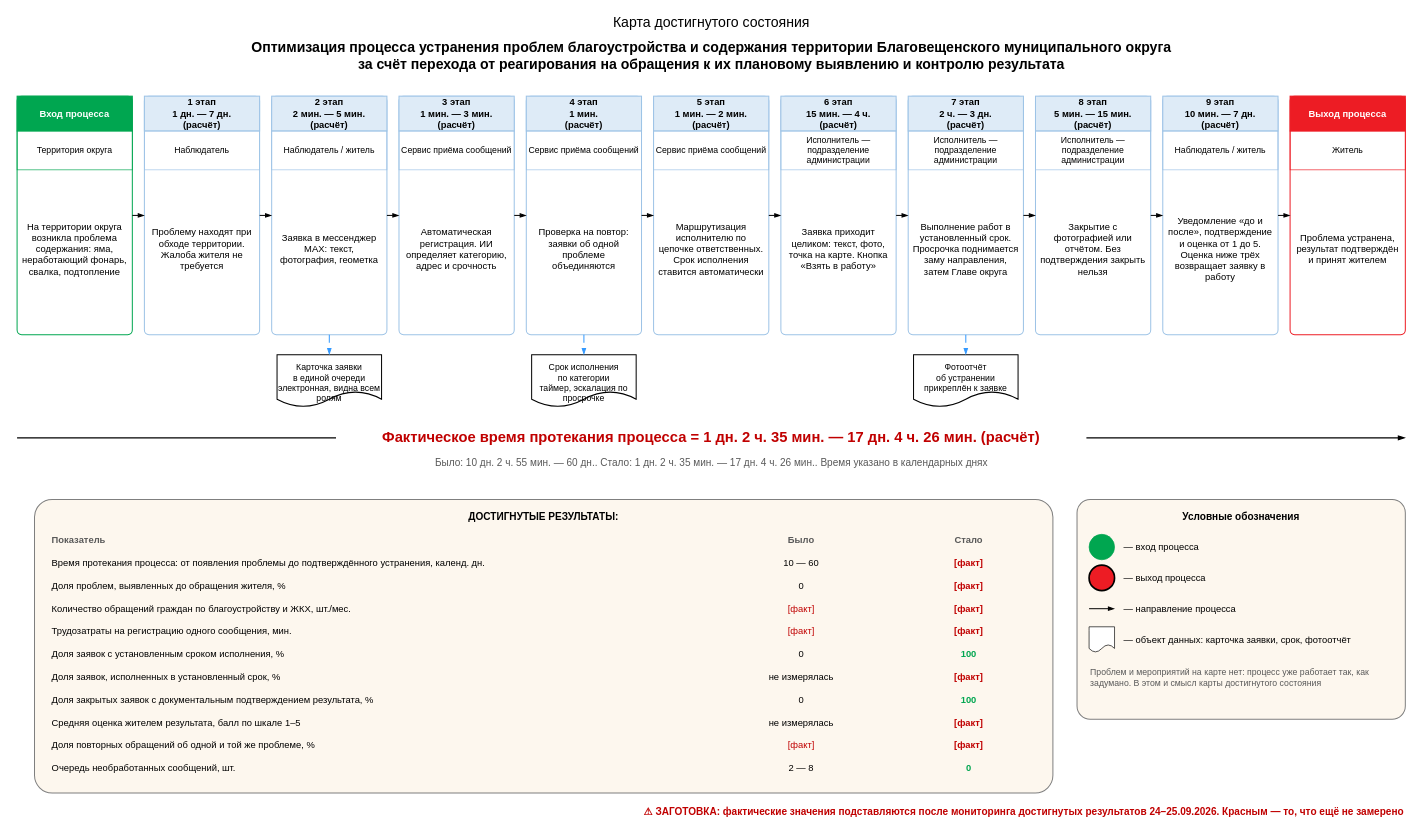
Above: файлы/karta-dostignutogo.drawio in NiceGenn/Team-28-progress (draw.io), before the change. Source tidied: cells renumbered, new cells numbered last; positions are measured from the earlier drawing's top-left corner, leaving out a move shared by most shapes. Both pictures are drawn from the tidied source at 67%, with x=0, y=0 at pixel (17, 11).
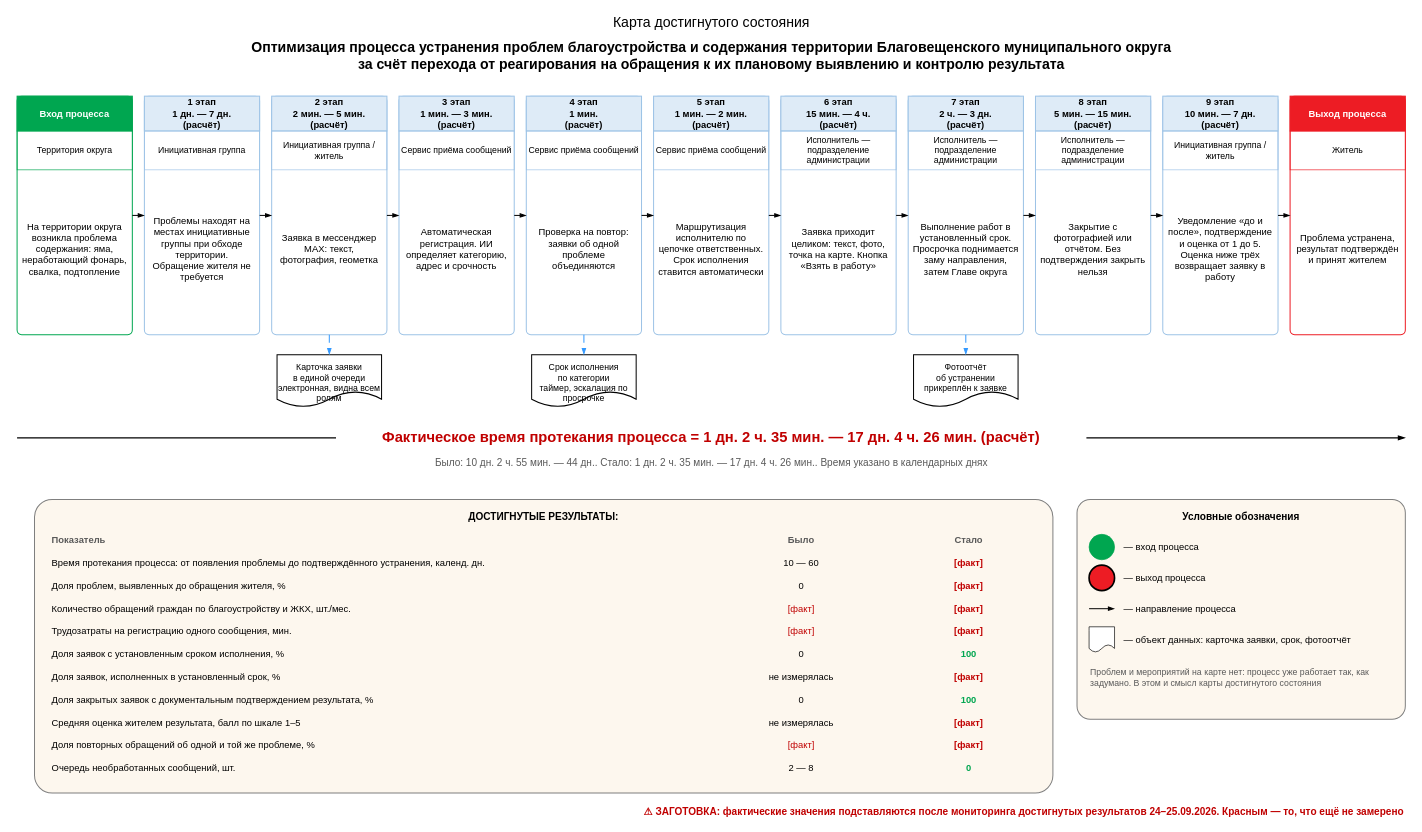
After the change.

What changed in the source:
```diff
@@
-    <mxCell id="8" value="Наблюдатель" style="rounded=0;whiteSpace=wrap;html=1;fillColor=none;strokeColor=#9DC3E6;strokeWidth=1;fontSize=13;verticalAlign=middle;spacing=3;" parent="1" vertex="1">
+    <mxCell id="8" value="Инициативная группа" style="rounded=0;whiteSpace=wrap;html=1;fillColor=none;strokeColor=#9DC3E6;strokeWidth=1;fontSize=13;verticalAlign=middle;spacing=3;" parent="1" vertex="1">
       <mxGeometry x="190" y="178" width="172" height="58" as="geometry" />
     </mxCell>
-    <mxCell id="9" value="Проблему находят при обходе территории. Жалоба жителя не требуется" style="text;html=1;whiteSpace=wrap;align=center;verticalAlign=middle;fontSize=14;" parent="1" vertex="1">
+    <mxCell id="9" value="Проблемы находят на местах инициативные группы при обходе территории. Обращение жителя не требуется" style="text;html=1;whiteSpace=wrap;align=center;verticalAlign=middle;fontSize=14;" parent="1" vertex="1">
       <mxGeometry x="196" y="236" width="160" height="236" as="geometry" />
     </mxCell>
@@
-    <mxCell id="12" value="Наблюдатель / житель" style="rounded=0;whiteSpace=wrap;html=1;fillColor=none;strokeColor=#9DC3E6;strokeWidth=1;fontSize=13;verticalAlign=middle;spacing=3;" parent="1" vertex="1">
+    <mxCell id="12" value="Инициативная группа / житель" style="rounded=0;whiteSpace=wrap;html=1;fillColor=none;strokeColor=#9DC3E6;strokeWidth=1;fontSize=13;verticalAlign=middle;spacing=3;" parent="1" vertex="1">
       <mxGeometry x="380" y="178" width="172" height="58" as="geometry" />
     </mxCell>
@@
-    <mxCell id="40" value="Наблюдатель / житель" style="rounded=0;whiteSpace=wrap;html=1;fillColor=none;strokeColor=#9DC3E6;strokeWidth=1;fontSize=13;verticalAlign=middle;spacing=3;" parent="1" vertex="1">
+    <mxCell id="40" value="Инициативная группа / житель" style="rounded=0;whiteSpace=wrap;html=1;fillColor=none;strokeColor=#9DC3E6;strokeWidth=1;fontSize=13;verticalAlign=middle;spacing=3;" parent="1" vertex="1">
       <mxGeometry x="1710" y="178" width="172" height="58" as="geometry" />
     </mxCell>
@@
-    <mxCell id="66" value="Было: 10 дн. 2 ч. 55 мин. — 60 дн..   Стало: 1 дн. 2 ч. 35 мин. — 17 дн. 4 ч. 26 мин..   Время указано в календарных днях" style="text;html=1;align=center;verticalAlign=middle;fontSize=15;fontColor=#595959;" parent="1" vertex="1">
+    <mxCell id="66" value="Было: 10 дн. 2 ч. 55 мин. — 44 дн..   Стало: 1 дн. 2 ч. 35 мин. — 17 дн. 4 ч. 26 мин..   Время указано в календарных днях" style="text;html=1;align=center;verticalAlign=middle;fontSize=15;fontColor=#595959;" parent="1" vertex="1">
       <mxGeometry x="476" y="660" width="1120" height="26" as="geometry" />
     </mxCell>
```
